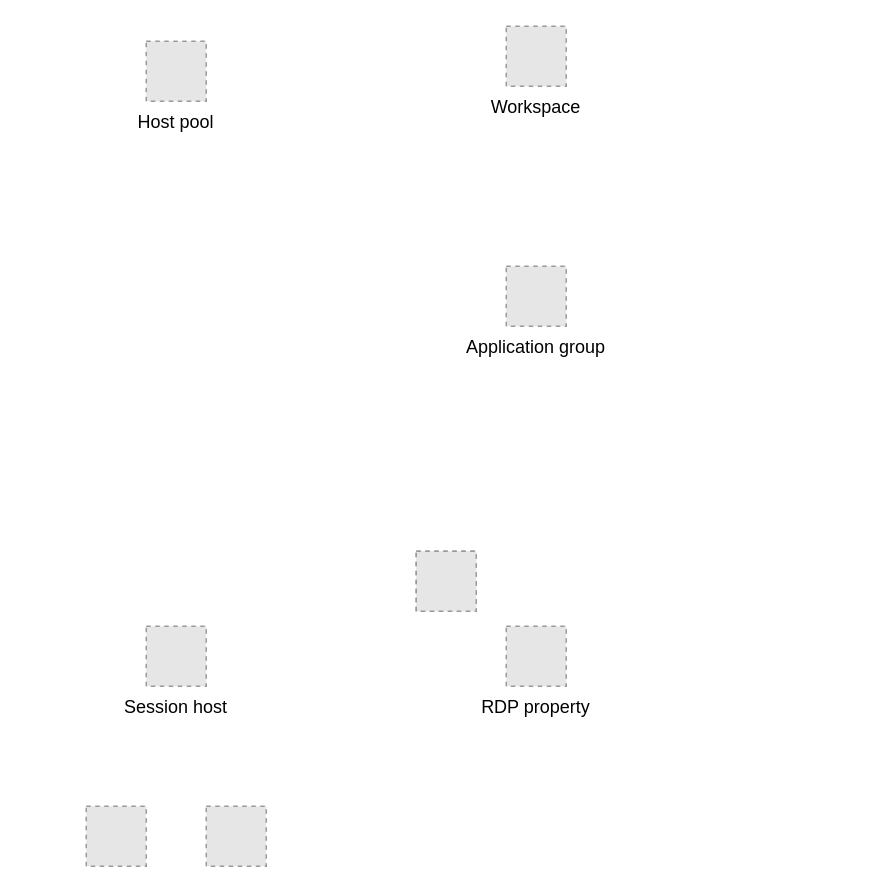
This is Azure/Azure Virtual Desktop.drawio from jikuja/diagrams.net, a draw.io file, before an edit. Source tidied: cells renumbered, new cells numbered last; positions are measured from the earlier drawing's top-left corner, leaving out a move shared by most shapes. Both pictures are drawn from the tidied source at 150%, with x=0, y=0 at pixel (86, 26). Pictures stored in the file or linked from it are replaced by grey dashed boxes.
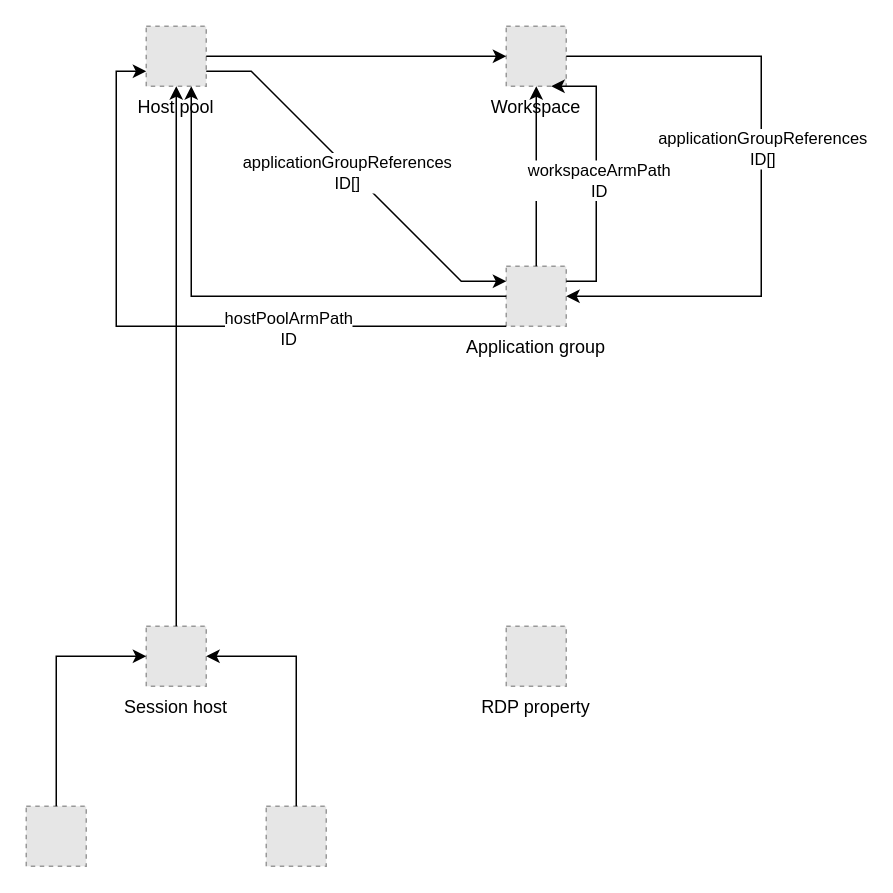
After the change.

The change refers to these unchanged cells:
```xml
<mxCell id="3" value="Workspace" style="fillColor=#E6E6E6;strokeColor=#999999;dashed=1;verticalLabelPosition=bottom;align=center;verticalAlign=top;" parent="1" vertex="1">
  <mxGeometry x="280" width="40" height="40" as="geometry" />
</mxCell>
<mxCell id="4" value="Application group" style="fillColor=#E6E6E6;strokeColor=#999999;dashed=1;verticalLabelPosition=bottom;align=center;verticalAlign=top;" parent="1" vertex="1">
  <mxGeometry x="280" y="160" width="40" height="40" as="geometry" />
</mxCell>
<mxCell id="6" value="Session host" style="fillColor=#E6E6E6;strokeColor=#999999;dashed=1;verticalLabelPosition=bottom;align=center;verticalAlign=top;" parent="1" vertex="1">
  <mxGeometry x="40" y="400" width="40" height="40" as="geometry" />
</mxCell>
```

The edit, as a diff of the source:
```diff
@@
     <mxCell id="2" value="Host pool" style="fillColor=#E6E6E6;strokeColor=#999999;dashed=1;verticalLabelPosition=bottom;align=center;verticalAlign=top;" parent="1" vertex="1">
-      <mxGeometry x="40" y="10" width="40" height="40" as="geometry" />
+      <mxGeometry x="40" width="40" height="40" as="geometry" />
     </mxCell>
@@
-    <mxCell id="7" style="fillColor=#E6E6E6;strokeColor=#999999;dashed=1;verticalLabelPosition=bottom;align=center;verticalAlign=top;" parent="1" vertex="1">
-      <mxGeometry x="220" y="350" width="40" height="40" as="geometry" />
-    </mxCell>
-    <mxCell id="8" style="fillColor=#E6E6E6;strokeColor=#999999;dashed=1;verticalLabelPosition=bottom;align=center;verticalAlign=top;" parent="1" vertex="1">
-      <mxGeometry x="220" y="350" width="40" height="40" as="geometry" />
-    </mxCell>
     <mxCell id="9" style="fillColor=#E6E6E6;strokeColor=#999999;dashed=1;verticalLabelPosition=bottom;align=center;verticalAlign=top;" parent="1" vertex="1">
-      <mxGeometry y="520" width="40" height="40" as="geometry" />
+      <mxGeometry x="-40" y="520" width="40" height="40" as="geometry" />
     </mxCell>
     <mxCell id="10" style="fillColor=#E6E6E6;strokeColor=#999999;dashed=1;verticalLabelPosition=bottom;align=center;verticalAlign=top;" parent="1" vertex="1">
-      <mxGeometry x="80" y="520" width="40" height="40" as="geometry" />
+      <mxGeometry x="120" y="520" width="40" height="40" as="geometry" />
     </mxCell>
+    <mxCell id="11" parent="0" />
+    <mxCell id="12" style="edgeStyle=orthogonalEdgeStyle;rounded=0;jettySize=auto;html=1;" parent="11" edge="1" source="2" target="3">
+      <mxGeometry relative="1" as="geometry" />
+    </mxCell>
+    <mxCell id="13" style="rounded=0;jettySize=auto;html=1;entryX=0.75;entryY=1;entryDx=0;entryDy=0;edgeStyle=orthogonalEdgeStyle;" parent="11" edge="1" source="4" target="2">
+      <mxGeometry relative="1" as="geometry" />
+    </mxCell>
+    <mxCell id="14" style="edgeStyle=orthogonalEdgeStyle;rounded=0;jettySize=auto;html=1;" parent="11" edge="1" source="4" target="3">
+      <mxGeometry relative="1" as="geometry" />
+    </mxCell>
+    <mxCell id="15" style="edgeStyle=orthogonalEdgeStyle;rounded=0;jettySize=auto;html=1;" parent="11" edge="1" source="6" target="2">
+      <mxGeometry relative="1" as="geometry" />
+    </mxCell>
+    <mxCell id="16" style="edgeStyle=orthogonalEdgeStyle;rounded=0;jettySize=auto;html=1;entryX=1;entryY=0.5;entryDx=0;entryDy=0;" parent="11" edge="1" source="10" target="6">
+      <mxGeometry relative="1" as="geometry">
+        <Array as="points">
+          <mxPoint x="140" y="420" />
+        </Array>
+      </mxGeometry>
+    </mxCell>
+    <mxCell id="17" style="edgeStyle=orthogonalEdgeStyle;rounded=0;jettySize=auto;html=1;entryX=0;entryY=0.5;entryDx=0;entryDy=0;" parent="11" edge="1" source="9" target="6">
+      <mxGeometry relative="1" as="geometry">
+        <Array as="points">
+          <mxPoint x="-20" y="420" />
+        </Array>
+      </mxGeometry>
+    </mxCell>
+    <mxCell id="18" parent="0" />
+    <mxCell id="19" style="edgeStyle=orthogonalEdgeStyle;rounded=0;orthogonalLoop=1;jettySize=auto;html=1;" parent="18" edge="1">
+      <mxGeometry relative="1" as="geometry" />
+    </mxCell>
+    <mxCell id="20" style="edgeStyle=entityRelationEdgeStyle;rounded=0;orthogonalLoop=1;jettySize=auto;html=1;entryX=1;entryY=1;entryDx=0;entryDy=0;" parent="18" edge="1">
+      <mxGeometry relative="1" as="geometry" />
+    </mxCell>
+    <mxCell id="21" style="edgeStyle=orthogonalEdgeStyle;rounded=0;orthogonalLoop=1;jettySize=auto;html=1;" parent="18" edge="1">
+      <mxGeometry relative="1" as="geometry" />
+    </mxCell>
+    <mxCell id="22" style="edgeStyle=orthogonalEdgeStyle;rounded=0;orthogonalLoop=1;jettySize=auto;html=1;" parent="18" edge="1">
+      <mxGeometry relative="1" as="geometry" />
+    </mxCell>
+    <mxCell id="23" style="edgeStyle=orthogonalEdgeStyle;rounded=0;orthogonalLoop=1;jettySize=auto;html=1;entryX=1;entryY=0.5;entryDx=0;entryDy=0;" parent="18" edge="1">
+      <mxGeometry relative="1" as="geometry">
+        <Array as="points">
+          <mxPoint x="140" y="420" />
+        </Array>
+      </mxGeometry>
+    </mxCell>
+    <mxCell id="24" style="edgeStyle=orthogonalEdgeStyle;rounded=0;orthogonalLoop=1;jettySize=auto;html=1;entryX=0;entryY=0.5;entryDx=0;entryDy=0;" parent="18" edge="1">
+      <mxGeometry relative="1" as="geometry">
+        <Array as="points">
+          <mxPoint x="-20" y="420" />
+        </Array>
+      </mxGeometry>
+    </mxCell>
+    <mxCell id="25" style="edgeStyle=orthogonalEdgeStyle;rounded=0;jettySize=auto;html=1;entryX=1;entryY=0.5;entryDx=0;entryDy=0;" parent="18" edge="1" source="3" target="4">
+      <mxGeometry relative="1" as="geometry">
+        <Array as="points">
+          <mxPoint x="450" y="20" />
+          <mxPoint x="450" y="180" />
+        </Array>
+      </mxGeometry>
+    </mxCell>
+    <mxCell id="26" value="applicationGroupReferences&lt;div&gt;ID[]&lt;/div&gt;" style="edgeLabel;html=1;align=center;verticalAlign=middle;" parent="25" vertex="1">
+      <mxGeometry x="-0.09" relative="1" as="geometry" />
+    </mxCell>
+    <mxCell id="27" style="edgeStyle=entityRelationEdgeStyle;rounded=0;jettySize=auto;html=1;entryX=0;entryY=0.25;entryDx=0;entryDy=0;exitX=1;exitY=0.75;exitDx=0;exitDy=0;" parent="18" edge="1" source="2" target="4">
+      <mxGeometry relative="1" as="geometry">
+        <Array as="points">
+          <mxPoint x="100" y="30" />
+        </Array>
+      </mxGeometry>
+    </mxCell>
+    <mxCell id="28" value="applicationGroupReferences&lt;div&gt;ID[]&lt;/div&gt;" style="edgeLabel;html=1;align=center;verticalAlign=middle;" parent="27" vertex="1">
+      <mxGeometry x="-0.05" y="-3" relative="1" as="geometry" />
+    </mxCell>
+    <mxCell id="29" style="edgeStyle=orthogonalEdgeStyle;rounded=0;jettySize=auto;html=1;entryX=0;entryY=0.75;entryDx=0;entryDy=0;" parent="18" edge="1" source="4" target="2">
+      <mxGeometry relative="1" as="geometry">
+        <Array as="points">
+          <mxPoint x="20" y="200" />
+          <mxPoint x="20" y="30" />
+        </Array>
+      </mxGeometry>
+    </mxCell>
+    <mxCell id="30" value="hostPoolArmPath&lt;div&gt;ID&lt;/div&gt;" style="edgeLabel;html=1;align=center;verticalAlign=middle;" parent="29" vertex="1">
+      <mxGeometry x="-0.35" y="1" relative="1" as="geometry" />
+    </mxCell>
+    <mxCell id="31" style="edgeStyle=orthogonalEdgeStyle;rounded=0;jettySize=auto;html=1;exitX=1;exitY=0.25;exitDx=0;exitDy=0;entryX=0.75;entryY=1;entryDx=0;entryDy=0;" parent="18" edge="1" source="4" target="3">
+      <mxGeometry relative="1" as="geometry">
+        <Array as="points">
+          <mxPoint x="340" y="170" />
+          <mxPoint x="340" y="40" />
+        </Array>
+      </mxGeometry>
+    </mxCell>
+    <mxCell id="32" value="workspaceArmPath&lt;div&gt;ID&lt;/div&gt;" style="edgeLabel;html=1;align=center;verticalAlign=middle;" parent="31" vertex="1">
+      <mxGeometry x="-0.02" y="-1" relative="1" as="geometry" />
+    </mxCell>
```
